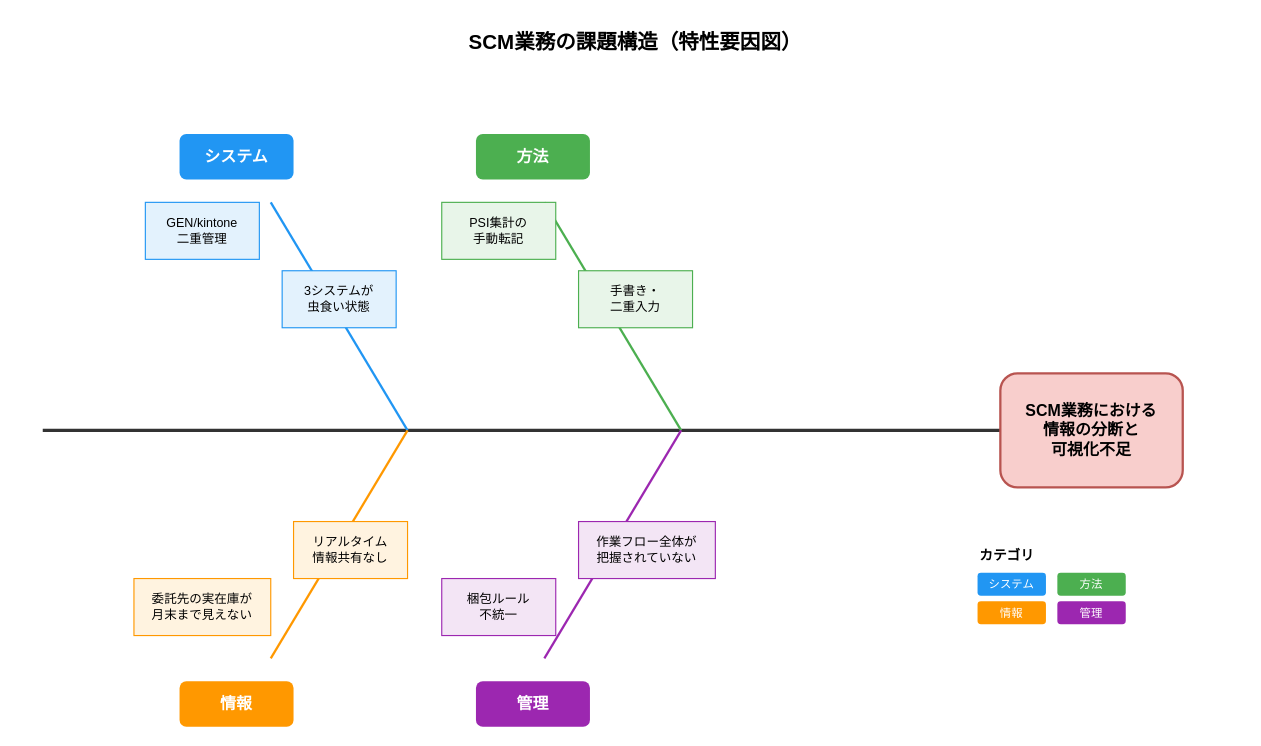
nttedt-fujita/QA-FY26 keeps this draw.io diagram as sessions/session309/fishbone-scm-issues.drawio. Above is the earlier version. Source tidied: cells renumbered, new cells numbered last; positions are measured from the earlier drawing's top-left corner, leaving out a move shared by most shapes. Both pictures are drawn from the tidied source at 114%, with x=0, y=0 at pixel (42, 19).
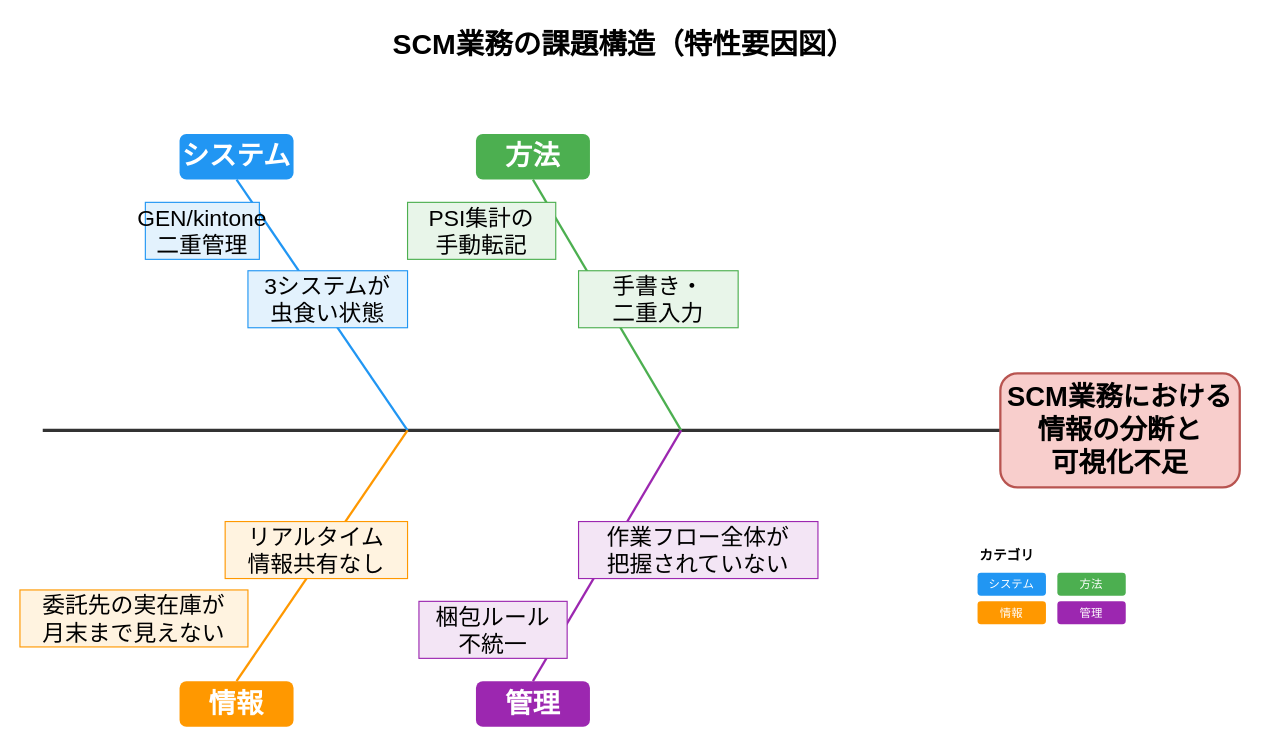
Above is the later version.

The edit, as a diff of the source:
```diff
@@
-    <mxCell id="3" value="SCM業務における&#10;情報の分断と&#10;可視化不足" style="rounded=1;whiteSpace=wrap;html=1;fillColor=#f8cecc;strokeColor=#b85450;strokeWidth=2;fontSize=14;fontStyle=1;align=center;verticalAlign=middle;" parent="1" vertex="1">
-      <mxGeometry x="840" y="310" width="160" height="100" as="geometry" />
+    <mxCell id="3" value="SCM業務における&#10;情報の分断と&#10;可視化不足" style="rounded=1;whiteSpace=wrap;html=1;fillColor=#f8cecc;strokeColor=#b85450;strokeWidth=2;fontSize=24;fontStyle=1;align=center;verticalAlign=middle;" parent="1" vertex="1">
+      <mxGeometry x="840" y="310" width="210" height="100" as="geometry" />
     </mxCell>
-    <mxCell id="4" style="endArrow=none;html=1;strokeWidth=2;strokeColor=#2196F3;" parent="1" edge="1">
+    <mxCell id="4" style="endArrow=none;html=1;strokeWidth=2;strokeColor=#2196F3;fontSize=20;exitX=0.5;exitY=1;exitDx=0;exitDy=0;" parent="1" edge="1" source="5">
       <mxGeometry relative="1" as="geometry">
-        <mxPoint x="200" y="160" as="sourcePoint" />
         <mxPoint x="320" y="360" as="targetPoint" />
       </mxGeometry>
     </mxCell>
-    <mxCell id="5" value="システム" style="text;html=1;strokeColor=none;fillColor=#2196F3;align=center;verticalAlign=middle;whiteSpace=wrap;rounded=1;fontSize=14;fontStyle=1;fontColor=#FFFFFF;" parent="1" vertex="1">
+    <mxCell id="5" value="システム" style="text;html=1;strokeColor=none;fillColor=#2196F3;align=center;verticalAlign=middle;whiteSpace=wrap;rounded=1;fontSize=24;fontStyle=1;fontColor=#FFFFFF;" parent="1" vertex="1">
       <mxGeometry x="120" y="100" width="100" height="40" as="geometry" />
     </mxCell>
-    <mxCell id="6" value="GEN/kintone&#10;二重管理" style="rounded=0;whiteSpace=wrap;html=1;fillColor=#E3F2FD;strokeColor=#2196F3;fontSize=11;align=center;" parent="1" vertex="1">
+    <mxCell id="6" value="GEN/kintone&#10;二重管理" style="rounded=0;whiteSpace=wrap;html=1;fillColor=#E3F2FD;strokeColor=#2196F3;fontSize=20;align=center;" parent="1" vertex="1">
       <mxGeometry x="90" y="160" width="100" height="50" as="geometry" />
     </mxCell>
-    <mxCell id="7" value="3システムが&#10;虫食い状態" style="rounded=0;whiteSpace=wrap;html=1;fillColor=#E3F2FD;strokeColor=#2196F3;fontSize=11;align=center;" parent="1" vertex="1">
-      <mxGeometry x="210" y="220" width="100" height="50" as="geometry" />
+    <mxCell id="7" value="3システムが&#10;虫食い状態" style="rounded=0;whiteSpace=wrap;html=1;fillColor=#E3F2FD;strokeColor=#2196F3;fontSize=20;align=center;" parent="1" vertex="1">
+      <mxGeometry x="180" y="220" width="140" height="50" as="geometry" />
     </mxCell>
-    <mxCell id="8" style="endArrow=none;html=1;strokeWidth=2;strokeColor=#4CAF50;" parent="1" edge="1">
+    <mxCell id="8" style="endArrow=none;html=1;strokeWidth=2;strokeColor=#4CAF50;fontSize=20;exitX=0.5;exitY=1;exitDx=0;exitDy=0;" parent="1" edge="1" source="9">
       <mxGeometry relative="1" as="geometry">
-        <mxPoint x="440" y="160" as="sourcePoint" />
         <mxPoint x="560" y="360" as="targetPoint" />
       </mxGeometry>
     </mxCell>
-    <mxCell id="9" value="方法" style="text;html=1;strokeColor=none;fillColor=#4CAF50;align=center;verticalAlign=middle;whiteSpace=wrap;rounded=1;fontSize=14;fontStyle=1;fontColor=#FFFFFF;" parent="1" vertex="1">
+    <mxCell id="9" value="方法" style="text;html=1;strokeColor=none;fillColor=#4CAF50;align=center;verticalAlign=middle;whiteSpace=wrap;rounded=1;fontSize=24;fontStyle=1;fontColor=#FFFFFF;" parent="1" vertex="1">
       <mxGeometry x="380" y="100" width="100" height="40" as="geometry" />
     </mxCell>
-    <mxCell id="10" value="PSI集計の&#10;手動転記" style="rounded=0;whiteSpace=wrap;html=1;fillColor=#E8F5E9;strokeColor=#4CAF50;fontSize=11;align=center;" parent="1" vertex="1">
-      <mxGeometry x="350" y="160" width="100" height="50" as="geometry" />
+    <mxCell id="10" value="PSI集計の&#10;手動転記" style="rounded=0;whiteSpace=wrap;html=1;fillColor=#E8F5E9;strokeColor=#4CAF50;fontSize=20;align=center;" parent="1" vertex="1">
+      <mxGeometry x="320" y="160" width="130" height="50" as="geometry" />
     </mxCell>
-    <mxCell id="11" value="手書き・&#10;二重入力" style="rounded=0;whiteSpace=wrap;html=1;fillColor=#E8F5E9;strokeColor=#4CAF50;fontSize=11;align=center;" parent="1" vertex="1">
-      <mxGeometry x="470" y="220" width="100" height="50" as="geometry" />
+    <mxCell id="11" value="手書き・&#10;二重入力" style="rounded=0;whiteSpace=wrap;html=1;fillColor=#E8F5E9;strokeColor=#4CAF50;fontSize=20;align=center;" parent="1" vertex="1">
+      <mxGeometry x="470" y="220" width="140" height="50" as="geometry" />
     </mxCell>
-    <mxCell id="12" style="endArrow=none;html=1;strokeWidth=2;strokeColor=#FF9800;" parent="1" edge="1">
+    <mxCell id="12" style="endArrow=none;html=1;strokeWidth=2;strokeColor=#FF9800;exitX=0.5;exitY=0;exitDx=0;exitDy=0;" parent="1" edge="1" source="13">
       <mxGeometry relative="1" as="geometry">
-        <mxPoint x="200" y="560" as="sourcePoint" />
         <mxPoint x="320" y="360" as="targetPoint" />
       </mxGeometry>
     </mxCell>
-    <mxCell id="13" value="情報" style="text;html=1;strokeColor=none;fillColor=#FF9800;align=center;verticalAlign=middle;whiteSpace=wrap;rounded=1;fontSize=14;fontStyle=1;fontColor=#FFFFFF;" parent="1" vertex="1">
+    <mxCell id="13" value="情報" style="text;html=1;strokeColor=none;fillColor=#FF9800;align=center;verticalAlign=middle;whiteSpace=wrap;rounded=1;fontSize=24;fontStyle=1;fontColor=#FFFFFF;" parent="1" vertex="1">
       <mxGeometry x="120" y="580" width="100" height="40" as="geometry" />
     </mxCell>
-    <mxCell id="14" value="委託先の実在庫が&#10;月末まで見えない" style="rounded=0;whiteSpace=wrap;html=1;fillColor=#FFF3E0;strokeColor=#FF9800;fontSize=11;align=center;" parent="1" vertex="1">
-      <mxGeometry x="80" y="490" width="120" height="50" as="geometry" />
+    <mxCell id="14" value="委託先の実在庫が&#10;月末まで見えない" style="rounded=0;whiteSpace=wrap;html=1;fillColor=#FFF3E0;strokeColor=#FF9800;fontSize=20;align=center;" parent="1" vertex="1">
+      <mxGeometry x="-20" y="500" width="200" height="50" as="geometry" />
     </mxCell>
-    <mxCell id="15" value="リアルタイム&#10;情報共有なし" style="rounded=0;whiteSpace=wrap;html=1;fillColor=#FFF3E0;strokeColor=#FF9800;fontSize=11;align=center;" parent="1" vertex="1">
-      <mxGeometry x="220" y="440" width="100" height="50" as="geometry" />
+    <mxCell id="15" value="リアルタイム&#10;情報共有なし" style="rounded=0;whiteSpace=wrap;html=1;fillColor=#FFF3E0;strokeColor=#FF9800;fontSize=20;align=center;" parent="1" vertex="1">
+      <mxGeometry x="160" y="440" width="160" height="50" as="geometry" />
     </mxCell>
-    <mxCell id="16" style="endArrow=none;html=1;strokeWidth=2;strokeColor=#9C27B0;" parent="1" edge="1">
+    <mxCell id="16" style="endArrow=none;html=1;strokeWidth=2;strokeColor=#9C27B0;exitX=0.5;exitY=0;exitDx=0;exitDy=0;" parent="1" edge="1" source="17">
       <mxGeometry relative="1" as="geometry">
-        <mxPoint x="440" y="560" as="sourcePoint" />
         <mxPoint x="560" y="360" as="targetPoint" />
       </mxGeometry>
     </mxCell>
-    <mxCell id="17" value="管理" style="text;html=1;strokeColor=none;fillColor=#9C27B0;align=center;verticalAlign=middle;whiteSpace=wrap;rounded=1;fontSize=14;fontStyle=1;fontColor=#FFFFFF;" parent="1" vertex="1">
+    <mxCell id="17" value="管理" style="text;html=1;strokeColor=none;fillColor=#9C27B0;align=center;verticalAlign=middle;whiteSpace=wrap;rounded=1;fontSize=24;fontStyle=1;fontColor=#FFFFFF;" parent="1" vertex="1">
       <mxGeometry x="380" y="580" width="100" height="40" as="geometry" />
     </mxCell>
-    <mxCell id="18" value="梱包ルール&#10;不統一" style="rounded=0;whiteSpace=wrap;html=1;fillColor=#F3E5F5;strokeColor=#9C27B0;fontSize=11;align=center;" parent="1" vertex="1">
-      <mxGeometry x="350" y="490" width="100" height="50" as="geometry" />
+    <mxCell id="18" value="梱包ルール&#10;不統一" style="rounded=0;whiteSpace=wrap;html=1;fillColor=#F3E5F5;strokeColor=#9C27B0;fontSize=20;align=center;" parent="1" vertex="1">
+      <mxGeometry x="330" y="510" width="130" height="50" as="geometry" />
     </mxCell>
-    <mxCell id="19" value="作業フロー全体が&#10;把握されていない" style="rounded=0;whiteSpace=wrap;html=1;fillColor=#F3E5F5;strokeColor=#9C27B0;fontSize=11;align=center;" parent="1" vertex="1">
-      <mxGeometry x="470" y="440" width="120" height="50" as="geometry" />
+    <mxCell id="19" value="作業フロー全体が&#10;把握されていない" style="rounded=0;whiteSpace=wrap;html=1;fillColor=#F3E5F5;strokeColor=#9C27B0;fontSize=20;align=center;" parent="1" vertex="1">
+      <mxGeometry x="470" y="440" width="210" height="50" as="geometry" />
     </mxCell>
-    <mxCell id="20" value="SCM業務の課題構造（特性要因図）" style="text;html=1;strokeColor=none;fillColor=none;align=center;verticalAlign=middle;whiteSpace=wrap;rounded=0;fontSize=18;fontStyle=1;" parent="1" vertex="1">
-      <mxGeometry x="320" width="400" height="40" as="geometry" />
+    <mxCell id="20" value="SCM業務の課題構造（特性要因図）" style="text;html=1;strokeColor=none;fillColor=none;align=center;verticalAlign=middle;whiteSpace=wrap;rounded=0;fontSize=25;fontStyle=1;" parent="1" vertex="1">
+      <mxGeometry x="300" width="420" height="40" as="geometry" />
     </mxCell>
```
